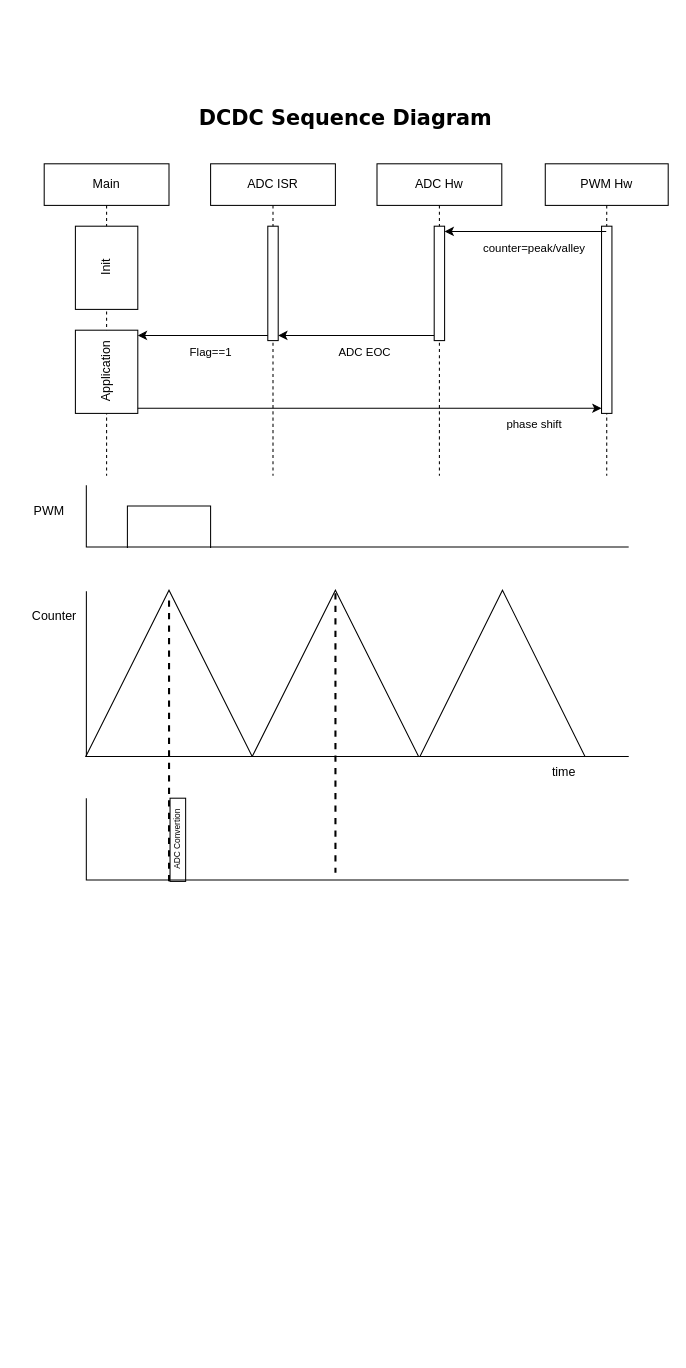
chdev2011/temp keeps this draw.io diagram as page "Sequence_Diagram" (2 of 4) of DCDCArchitectureSF.drawio. Above is the earlier version. Source tidied: cells renumbered, new cells numbered last; positions are measured from the earlier drawing's top-left corner, leaving out a move shared by most shapes. Both pictures are drawn from the tidied source at 104%, with x=0, y=0 at pixel (18, 101).
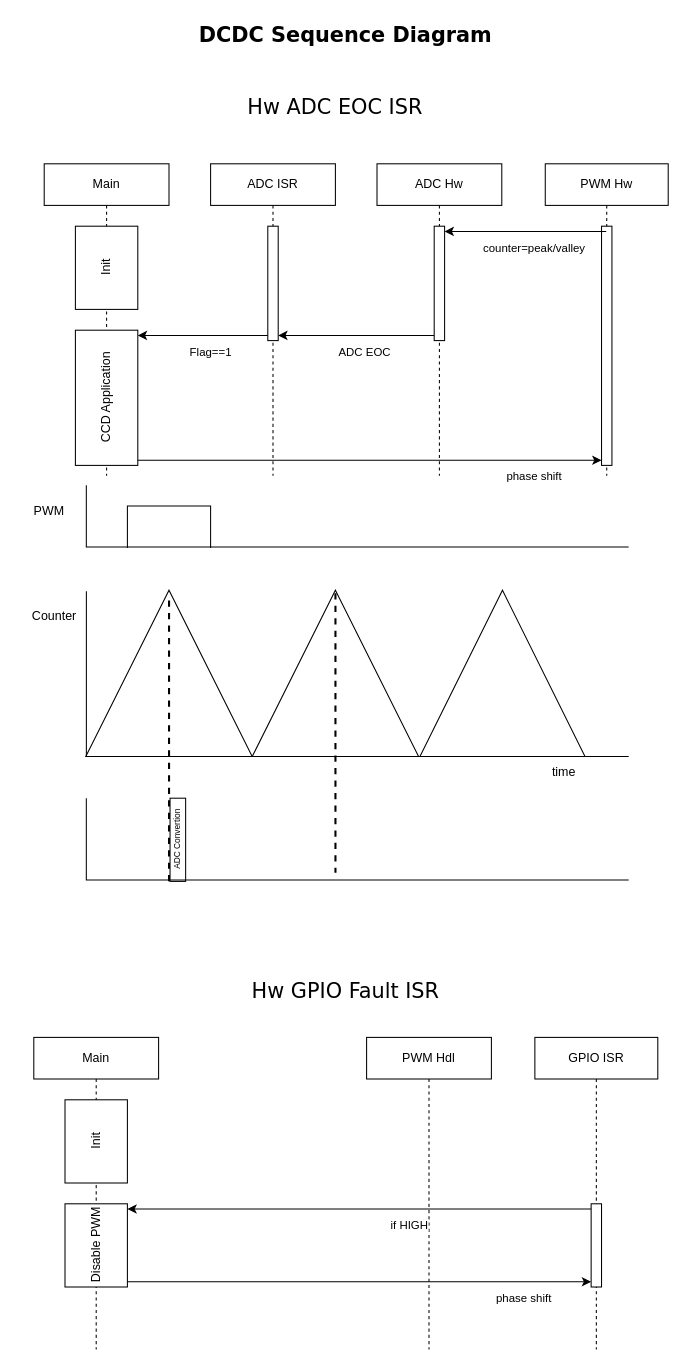
The same diagram, later.

Unchanged cells that the change refers to:
```xml
<mxCell id="5" value="PWM Hw" style="shape=umlLifeline;perimeter=lifelinePerimeter;whiteSpace=wrap;html=1;outlineConnect=0;portConstraint=eastwest;newEdgeStyle={&quot;curved&quot;:0,&quot;rounded&quot;:0};" parent="1" vertex="1">
  <mxGeometry x="506.8" y="60" width="118.2" height="300" as="geometry" />
</mxCell>
<mxCell id="7" value="Main" style="shape=umlLifeline;perimeter=lifelinePerimeter;whiteSpace=wrap;html=1;newEdgeStyle={&quot;curved&quot;:0,&quot;rounded&quot;:0};" parent="1" vertex="1">
  <mxGeometry x="25" y="60" width="120" height="300" as="geometry" />
</mxCell>
```

Change to the diagram source:
```diff
@@
     <mxCell id="2" value="DCDC Sequence Diagram" style="text;html=1;whiteSpace=wrap;align=center;verticalAlign=middle;rounded=0;fontStyle=1;fontSize=20;fontFamily=Verdana;" parent="1" vertex="1">
-      <mxGeometry x="95" width="440" height="30" as="geometry" />
+      <mxGeometry x="95" y="-80" width="440" height="30" as="geometry" />
     </mxCell>
@@
     <mxCell id="6" style="html=1;points=[[0,0,0,0,5],[0,1,0,0,-5],[1,0,0,0,5],[1,1,0,0,-5]];perimeter=orthogonalPerimeter;outlineConnect=0;targetShapes=umlLifeline;portConstraint=eastwest;newEdgeStyle={&quot;curved&quot;:0,&quot;rounded&quot;:0};" parent="5" vertex="1">
-      <mxGeometry x="54.1" y="60" width="10" height="180" as="geometry" />
+      <mxGeometry x="54.1" y="60" width="10" height="230" as="geometry" />
     </mxCell>
@@
-    <mxCell id="9" value="Application" style="html=1;points=[[0,0,0,0,5],[0,1,0,0,-5],[1,0,0,0,5],[1,1,0,0,-5]];perimeter=orthogonalPerimeter;outlineConnect=0;targetShapes=umlLifeline;portConstraint=eastwest;newEdgeStyle={&quot;curved&quot;:0,&quot;rounded&quot;:0};horizontal=0;" parent="7" vertex="1">
-      <mxGeometry x="30" y="160" width="60" height="80" as="geometry" />
+    <mxCell id="9" value="CCD Application" style="html=1;points=[[0,0,0,0,5],[0,1,0,0,-5],[1,0,0,0,5],[1,1,0,0,-5]];perimeter=orthogonalPerimeter;outlineConnect=0;targetShapes=umlLifeline;portConstraint=eastwest;newEdgeStyle={&quot;curved&quot;:0,&quot;rounded&quot;:0};horizontal=0;" parent="7" vertex="1">
+      <mxGeometry x="30" y="160" width="60" height="130" as="geometry" />
     </mxCell>
@@
+    <mxCell id="33" value="Hw ADC EOC ISR" style="text;html=1;whiteSpace=wrap;align=center;verticalAlign=middle;rounded=0;fontStyle=0;fontSize=20;fontFamily=Verdana;" parent="1" vertex="1">
+      <mxGeometry x="85" y="-10" width="440" height="30" as="geometry" />
+    </mxCell>
+    <mxCell id="34" value="Hw GPIO Fault ISR" style="text;html=1;whiteSpace=wrap;align=center;verticalAlign=middle;rounded=0;fontStyle=0;fontSize=20;fontFamily=Verdana;" parent="1" vertex="1">
+      <mxGeometry x="95" y="840" width="440" height="30" as="geometry" />
+    </mxCell>
+    <mxCell id="35" value="GPIO ISR" style="shape=umlLifeline;perimeter=lifelinePerimeter;whiteSpace=wrap;html=1;newEdgeStyle={&quot;curved&quot;:0,&quot;rounded&quot;:0};" parent="1" vertex="1">
+      <mxGeometry x="496.8" y="900" width="118.2" height="300" as="geometry" />
+    </mxCell>
+    <mxCell id="36" style="html=1;points=[[0,0,0,0,5],[0,1,0,0,-5],[1,0,0,0,5],[1,1,0,0,-5]];perimeter=orthogonalPerimeter;outlineConnect=0;targetShapes=umlLifeline;portConstraint=eastwest;newEdgeStyle={&quot;curved&quot;:0,&quot;rounded&quot;:0};" parent="35" vertex="1">
+      <mxGeometry x="54.1" y="160" width="10" height="80" as="geometry" />
+    </mxCell>
+    <mxCell id="37" value="Main" style="shape=umlLifeline;perimeter=lifelinePerimeter;whiteSpace=wrap;html=1;newEdgeStyle={&quot;curved&quot;:0,&quot;rounded&quot;:0};" parent="1" vertex="1">
+      <mxGeometry x="15" y="900" width="120" height="300" as="geometry" />
+    </mxCell>
+    <mxCell id="38" value="Init" style="html=1;perimeter=orthogonalPerimeter;targetShapes=umlLifeline;newEdgeStyle={&quot;curved&quot;:0,&quot;rounded&quot;:0};horizontal=0;" parent="37" vertex="1">
+      <mxGeometry x="30" y="60" width="60" height="80" as="geometry" />
+    </mxCell>
+    <mxCell id="39" value="Disable PWM" style="html=1;points=[[0,0,0,0,5],[0,1,0,0,-5],[1,0,0,0,5],[1,1,0,0,-5]];perimeter=orthogonalPerimeter;outlineConnect=0;targetShapes=umlLifeline;portConstraint=eastwest;newEdgeStyle={&quot;curved&quot;:0,&quot;rounded&quot;:0};horizontal=0;" parent="37" vertex="1">
+      <mxGeometry x="30" y="160" width="60" height="80" as="geometry" />
+    </mxCell>
+    <mxCell id="40" value="PWM Hdl" style="shape=umlLifeline;perimeter=lifelinePerimeter;whiteSpace=wrap;html=1;newEdgeStyle={&quot;curved&quot;:0,&quot;rounded&quot;:0};" parent="1" vertex="1">
+      <mxGeometry x="335" y="900" width="120" height="300" as="geometry" />
+    </mxCell>
+    <mxCell id="41" style="rounded=0;jettySize=auto;html=1;entryX=1;entryY=0;entryDx=0;entryDy=5;entryPerimeter=0;exitX=0;exitY=0;exitDx=0;exitDy=5;exitPerimeter=0;" parent="1" edge="1" source="36" target="39">
+      <mxGeometry relative="1" as="geometry">
+        <Array as="points">
+          <mxPoint x="475" y="1065" />
+        </Array>
+      </mxGeometry>
+    </mxCell>
+    <mxCell id="42" value="if HIGH" style="edgeLabel;html=1;align=center;verticalAlign=middle;" parent="41" vertex="1">
+      <mxGeometry x="-0.28" relative="1" as="geometry">
+        <mxPoint x="-14" y="15" as="offset" />
+      </mxGeometry>
+    </mxCell>
+    <mxCell id="43" style="rounded=0;jettySize=auto;html=1;entryX=0;entryY=1;entryDx=0;entryDy=-5;entryPerimeter=0;exitX=1;exitY=1;exitDx=0;exitDy=-5;exitPerimeter=0;" parent="1" edge="1" source="39" target="36">
+      <mxGeometry relative="1" as="geometry" />
+    </mxCell>
+    <mxCell id="44" value="phase shift" style="edgeLabel;html=1;align=center;verticalAlign=middle;" parent="43" vertex="1">
+      <mxGeometry x="-0.09" y="1" relative="1" as="geometry">
+        <mxPoint x="177" y="16" as="offset" />
+      </mxGeometry>
+    </mxCell>
```
